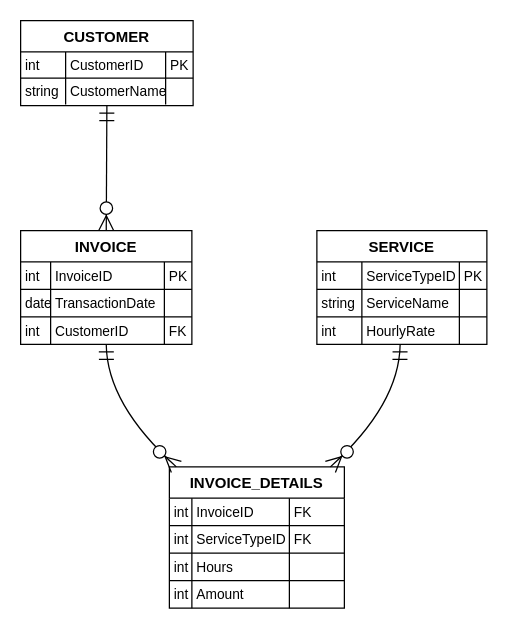
The draw.io diagram labka8BDRP.drawio in Zhoni-IT/BDRP, before the edit. Source tidied: cells renumbered, new cells numbered last; positions are measured from the earlier drawing's top-left corner, leaving out a move shared by most shapes. Both pictures are drawn from the tidied source at 125%, with x=0, y=0 at pixel (20, 20).
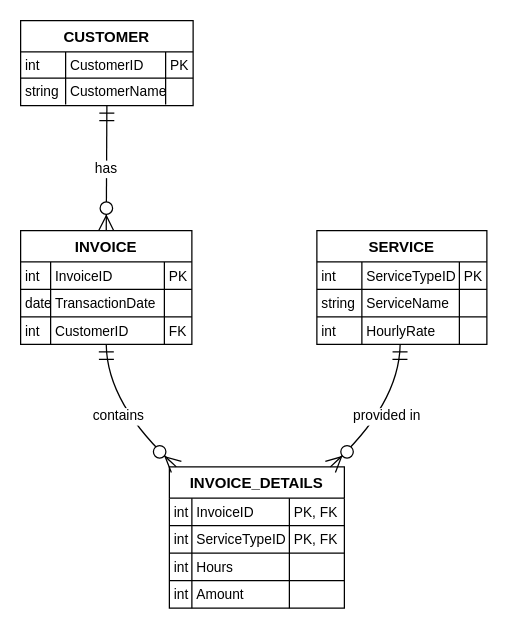
After the change.

The change refers to these unchanged cells:
```xml
<mxCell id="2" value="CUSTOMER" style="shape=table;startSize=25;childLayout=tableLayout;rowLines=1;fontStyle=1;align=center;" parent="1" vertex="1">
  <mxGeometry width="138" height="68" as="geometry" />
</mxCell>
<mxCell id="11" value="INVOICE" style="shape=table;startSize=25;childLayout=tableLayout;rowLines=1;fontStyle=1;align=center;" parent="1" vertex="1">
  <mxGeometry y="168" width="137" height="91" as="geometry" />
</mxCell>
<mxCell id="24" value="SERVICE" style="shape=table;startSize=25;childLayout=tableLayout;rowLines=1;fontStyle=1;align=center;" parent="1" vertex="1">
  <mxGeometry x="237" y="168" width="136" height="91" as="geometry" />
</mxCell>
<mxCell id="37" value="INVOICE_DETAILS" style="shape=table;startSize=25;childLayout=tableLayout;rowLines=1;fontStyle=1;align=center;" parent="1" vertex="1">
  <mxGeometry x="119" y="357" width="140" height="113" as="geometry" />
</mxCell>
<mxCell id="38" style="shape=tableRow;horizontal=0;startSize=0;swimlaneHead=0;swimlaneBody=0;fillColor=none;top=0;left=0;right=0;bottom=0;" parent="37" vertex="1">
  <mxGeometry y="25" width="140" height="22" as="geometry" />
</mxCell>
<mxCell id="42" style="shape=tableRow;horizontal=0;startSize=0;swimlaneHead=0;swimlaneBody=0;fillColor=none;top=0;left=0;right=0;bottom=0;" parent="37" vertex="1">
  <mxGeometry y="47" width="140" height="22" as="geometry" />
</mxCell>
```

What changed in the source:
```diff
@@
-    <mxCell id="41" value="FK" style="shape=partialRectangle;fillColor=none;top=0;left=0;bottom=0;right=0;align=left;spacingLeft=2;overflow=hidden;fontSize=11;" parent="38" vertex="1">
+    <mxCell id="41" value="PK, FK" style="shape=partialRectangle;fillColor=none;top=0;left=0;bottom=0;right=0;align=left;spacingLeft=2;overflow=hidden;fontSize=11;" parent="38" vertex="1">
       <mxGeometry x="96" width="44" height="22" as="geometry" />
     </mxCell>
@@
-    <mxCell id="45" value="FK" style="shape=partialRectangle;fillColor=none;top=0;left=0;bottom=0;right=0;align=left;spacingLeft=2;overflow=hidden;fontSize=11;" parent="42" vertex="1">
+    <mxCell id="45" value="PK, FK" style="shape=partialRectangle;fillColor=none;top=0;left=0;bottom=0;right=0;align=left;spacingLeft=2;overflow=hidden;fontSize=11;" parent="42" vertex="1">
       <mxGeometry x="96" width="44" height="22" as="geometry" />
     </mxCell>
@@
-    <mxCell id="54" style="curved=1;startArrow=ERmandOne;startSize=10;endArrow=ERzeroToMany;endSize=10;exitX=0.5;exitY=0.99;entryX=0.5;entryY=0;rounded=0;" parent="1" edge="1" source="2" target="11">
+    <mxCell id="54" value="has" style="curved=1;startArrow=ERmandOne;startSize=10;endArrow=ERzeroToMany;endSize=10;exitX=0.5;exitY=0.99;entryX=0.5;entryY=0;rounded=0;" parent="1" edge="1" source="2" target="11">
       <mxGeometry relative="1" as="geometry" />
     </mxCell>
-    <mxCell id="55" style="curved=1;startArrow=ERmandOne;startSize=10;endArrow=ERzeroToMany;endSize=10;exitX=0.5;exitY=0.99;entryX=0.04;entryY=0;rounded=0;" parent="1" edge="1" source="11" target="37">
+    <mxCell id="55" value="contains" style="curved=1;startArrow=ERmandOne;startSize=10;endArrow=ERzeroToMany;endSize=10;exitX=0.5;exitY=0.99;entryX=0.04;entryY=0;rounded=0;" parent="1" edge="1" source="11" target="37">
       <mxGeometry relative="1" as="geometry">
         <Array as="points">
           <mxPoint x="69" y="307" />
         </Array>
       </mxGeometry>
     </mxCell>
-    <mxCell id="56" style="curved=1;startArrow=ERmandOne;startSize=10;endArrow=ERzeroToMany;endSize=10;exitX=0.49;exitY=0.99;entryX=0.92;entryY=0;rounded=0;" parent="1" edge="1" source="24" target="37">
+    <mxCell id="56" value="provided in" style="curved=1;startArrow=ERmandOne;startSize=10;endArrow=ERzeroToMany;endSize=10;exitX=0.49;exitY=0.99;entryX=0.92;entryY=0;rounded=0;" parent="1" edge="1" source="24" target="37">
       <mxGeometry relative="1" as="geometry">
         <Array as="points">
           <mxPoint x="303" y="307" />
         </Array>
       </mxGeometry>
     </mxCell>
```
